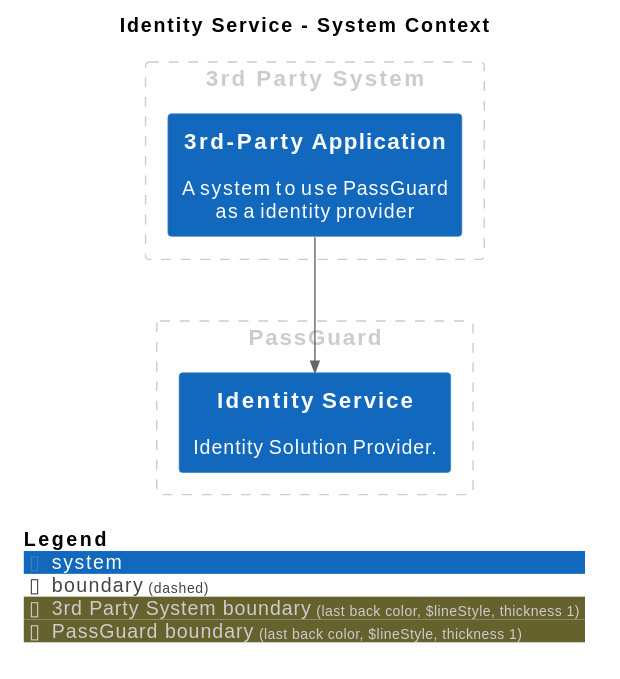
This is master/svg/SystemContext.svg from IntellectusCorp/passguard-docs, a PlantUML export, as it was before one commit. Its source is kept beside it as master/puml/SystemContext.puml.
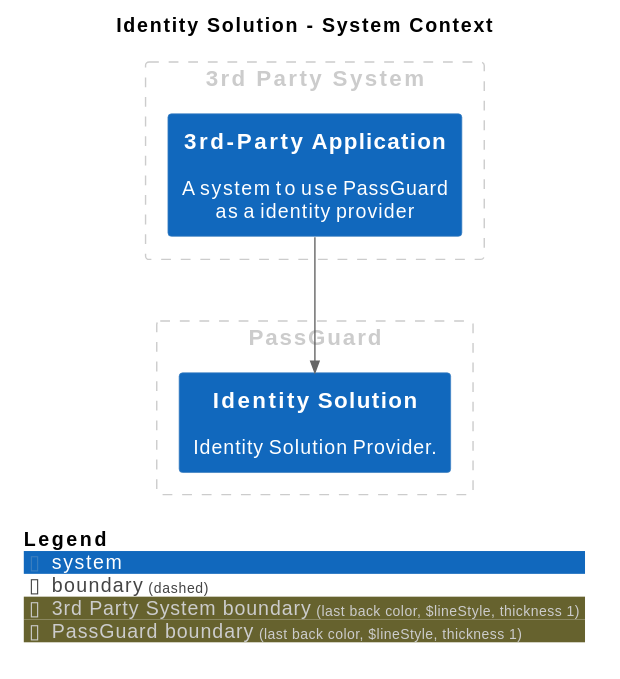
After the commit.

Diff of the diagram source:
```diff
@@ -1,6 +1,6 @@
 @startuml
 set separator none
-title Identity Service - System Context
+title Identity Solution - System Context
 
 top to bottom direction
 
@@ -14,11 +14,11 @@
 
 AddBoundaryTag("PassGuard", $borderColor="#cccccc", $fontColor="#cccccc", $borderStyle="Dashed", $borderThickness="1")
 Boundary(group_2, "PassGuard", $tags="PassGuard") {
-  System(IdentityService, "Identity Service", $descr="Identity Solution Provider.", $tags="", $link="")
+  System(IdentitySolution, "Identity Solution", $descr="Identity Solution Provider.", $tags="", $link="")
 }
 
 
-Rel(3rdPartyApplication, IdentityService, "", $techn="", $tags="", $link="")
+Rel(3rdPartyApplication, IdentitySolution, "", $techn="", $tags="", $link="")
 
 SHOW_LEGEND(true)
 @enduml
```
